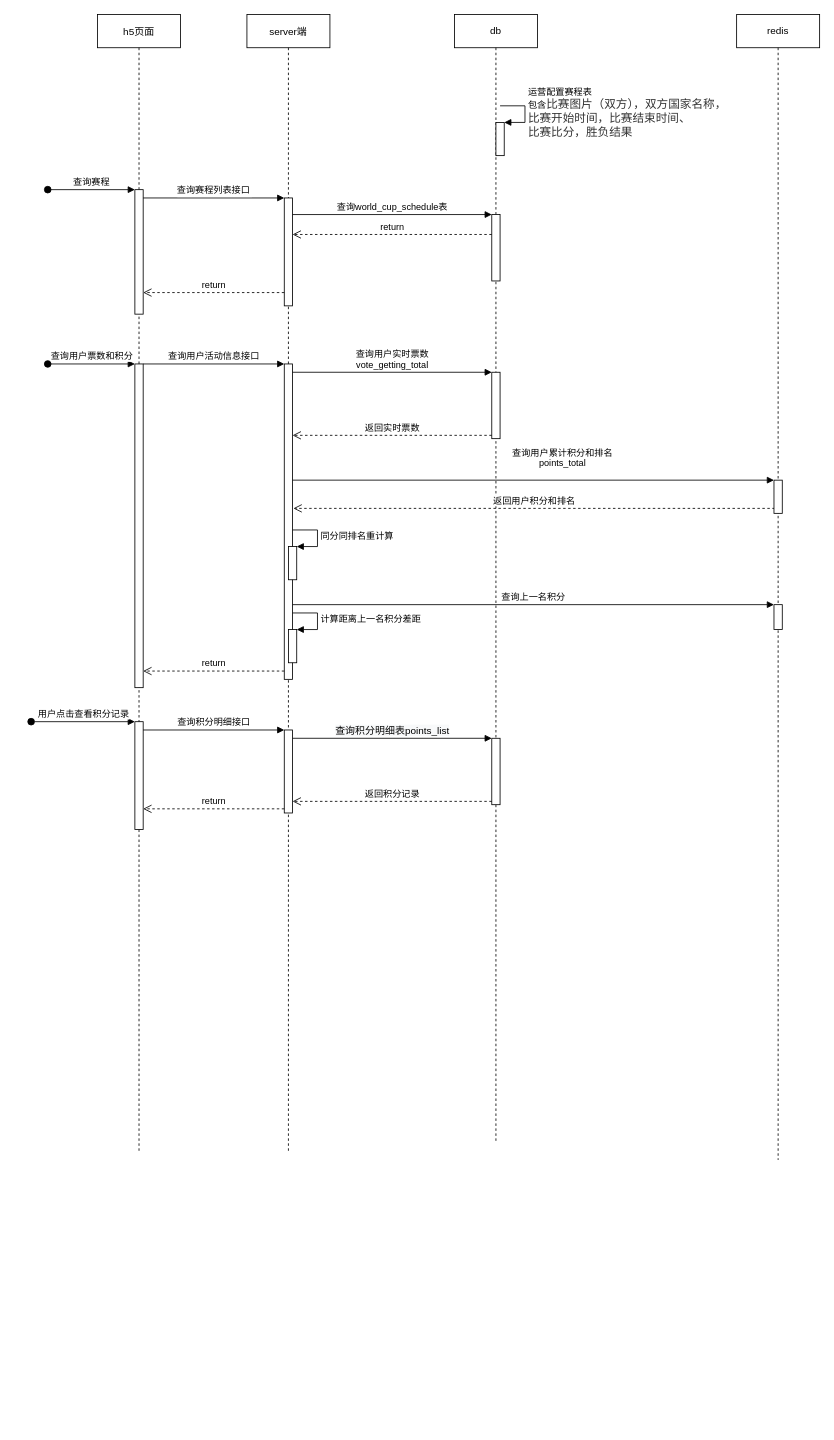
This is H5世界杯活动设计顺序图.drawio from milletzhu/datasource, a draw.io file, before an edit. Source tidied: cells renumbered, new cells numbered last; positions are measured from the earlier drawing's top-left corner, leaving out a move shared by most shapes. Both pictures are drawn from the tidied source at 83%, with x=0, y=0 at pixel (31, 14).
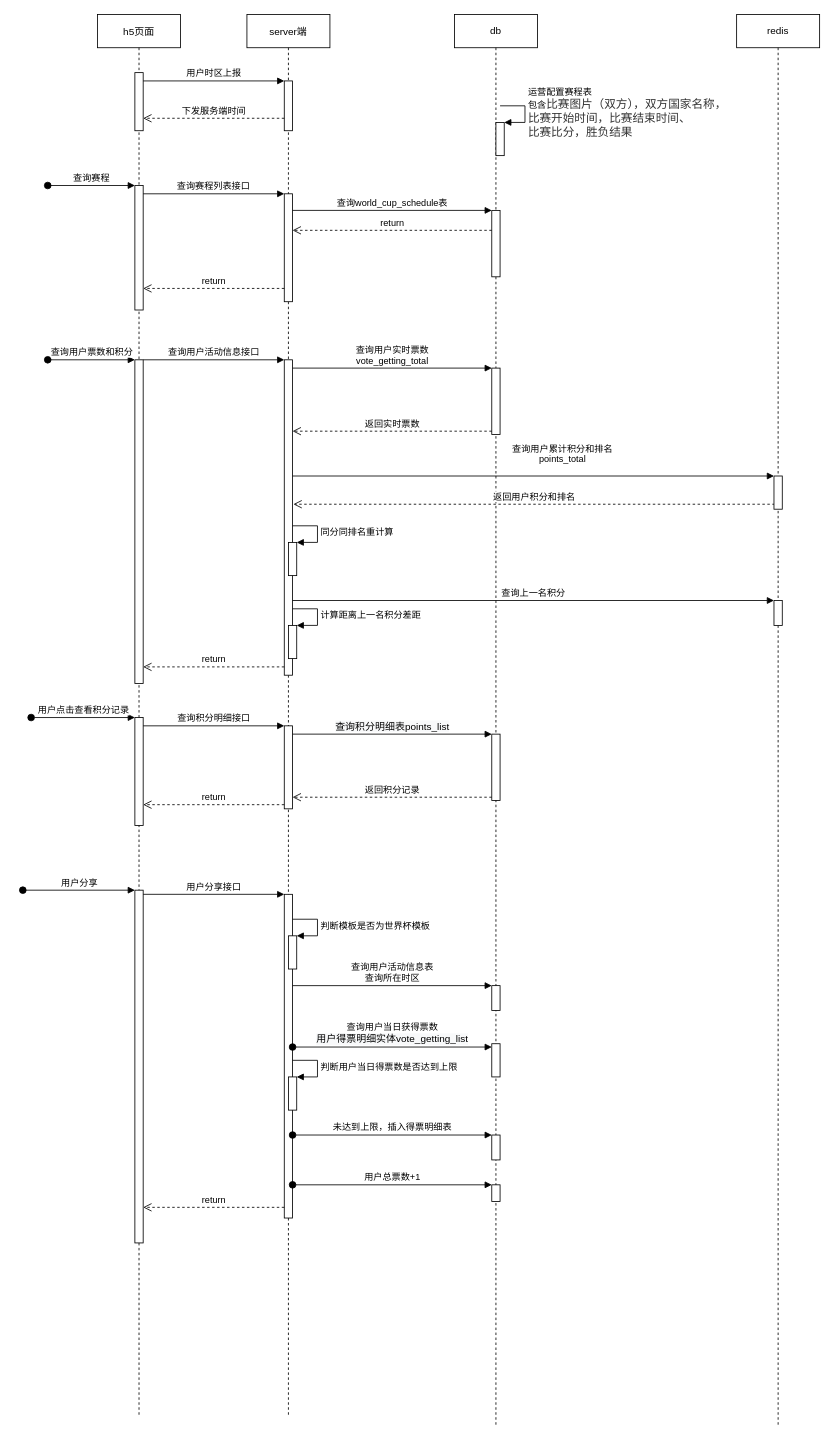
Above is the later version.

Commit message (it also covers changes not shown here):
更新H5世界杯活动设计顺序图.drawio

Change to the diagram source:
```diff
@@
     <mxCell id="2" value="h5页面" style="shape=umlLifeline;perimeter=lifelinePerimeter;rounded=0;shadow=0;strokeWidth=1;" parent="1" vertex="1">
-      <mxGeometry x="80" width="100" height="1370" as="geometry" />
+      <mxGeometry x="80" width="100" height="1690" as="geometry" />
     </mxCell>
     <mxCell id="3" style="points=[];perimeter=orthogonalPerimeter;rounded=0;shadow=0;strokeWidth=1;" parent="2" vertex="1">
-      <mxGeometry x="45" y="211" width="10" height="150" as="geometry" />
+      <mxGeometry x="45" y="206" width="10" height="150" as="geometry" />
     </mxCell>
     <mxCell id="4" value="查询赛程" style="verticalAlign=bottom;startArrow=oval;endArrow=block;startSize=8;shadow=0;strokeWidth=1;" parent="2" edge="1" target="3">
       <mxGeometry relative="1" as="geometry">
-        <mxPoint x="-60" y="211" as="sourcePoint" />
+        <mxPoint x="-60" y="206" as="sourcePoint" />
       </mxGeometry>
     </mxCell>
     <mxCell id="5" style="html=1;points=[];perimeter=orthogonalPerimeter;" parent="2" vertex="1">
-      <mxGeometry x="45" y="421" width="10" height="390" as="geometry" />
+      <mxGeometry x="45" y="416" width="10" height="390" as="geometry" />
     </mxCell>
     <mxCell id="6" value="查询用户票数和积分" style="html=1;verticalAlign=bottom;startArrow=oval;endArrow=block;startSize=8;rounded=0;" parent="2" edge="1" target="5">
       <mxGeometry relative="1" as="geometry">
-        <mxPoint x="-60" y="421" as="sourcePoint" />
+        <mxPoint x="-60" y="416" as="sourcePoint" />
       </mxGeometry>
     </mxCell>
     <mxCell id="7" style="html=1;points=[];perimeter=orthogonalPerimeter;" parent="2" vertex="1">
-      <mxGeometry x="45" y="852" width="10" height="130" as="geometry" />
+      <mxGeometry x="45" y="847" width="10" height="130" as="geometry" />
     </mxCell>
     <mxCell id="8" value="用户点击查看积分记录" style="html=1;verticalAlign=bottom;startArrow=oval;endArrow=block;startSize=8;rounded=0;" parent="2" edge="1" target="7">
       <mxGeometry relative="1" as="geometry">
-        <mxPoint x="-80" y="852" as="sourcePoint" />
+        <mxPoint x="-80" y="847" as="sourcePoint" />
       </mxGeometry>
     </mxCell>
+    <mxCell id="41" style="html=1;points=[];perimeter=orthogonalPerimeter;" parent="2" vertex="1">
+      <mxGeometry x="45" y="1055" width="10" height="425" as="geometry" />
+    </mxCell>
+    <mxCell id="42" value="用户分享" style="html=1;verticalAlign=bottom;startArrow=oval;endArrow=block;startSize=8;rounded=0;" parent="2" edge="1" target="41">
+      <mxGeometry relative="1" as="geometry">
+        <mxPoint x="-90" y="1055" as="sourcePoint" />
+      </mxGeometry>
+    </mxCell>
+    <mxCell id="43" style="html=1;points=[];perimeter=orthogonalPerimeter;" parent="2" vertex="1">
+      <mxGeometry x="45" y="70" width="10" height="70" as="geometry" />
+    </mxCell>
     <mxCell id="9" value="server端" style="shape=umlLifeline;perimeter=lifelinePerimeter;rounded=0;shadow=0;strokeWidth=1;" parent="1" vertex="1">
-      <mxGeometry x="260" width="100" height="1370" as="geometry" />
+      <mxGeometry x="260" width="100" height="1690" as="geometry" />
     </mxCell>
     <mxCell id="10" style="points=[];perimeter=orthogonalPerimeter;rounded=0;shadow=0;strokeWidth=1;" parent="9" vertex="1">
-      <mxGeometry x="45" y="221" width="10" height="130" as="geometry" />
+      <mxGeometry x="45" y="216" width="10" height="130" as="geometry" />
     </mxCell>
     <mxCell id="11" style="html=1;points=[];perimeter=orthogonalPerimeter;" parent="9" vertex="1">
-      <mxGeometry x="45" y="421" width="10" height="380" as="geometry" />
+      <mxGeometry x="45" y="416" width="10" height="380" as="geometry" />
     </mxCell>
     <mxCell id="12" style="html=1;points=[];perimeter=orthogonalPerimeter;" parent="9" vertex="1">
-      <mxGeometry x="45" y="862" width="10" height="100" as="geometry" />
+      <mxGeometry x="45" y="857" width="10" height="100" as="geometry" />
     </mxCell>
     <mxCell id="13" style="html=1;points=[];perimeter=orthogonalPerimeter;" parent="9" vertex="1">
-      <mxGeometry x="50" y="641" width="10" height="40" as="geometry" />
+      <mxGeometry x="50" y="636" width="10" height="40" as="geometry" />
     </mxCell>
     <mxCell id="14" value="同分同排名重计算" style="edgeStyle=orthogonalEdgeStyle;html=1;align=left;spacingLeft=2;endArrow=block;rounded=0;entryX=1;entryY=0;" parent="9" edge="1" target="13">
       <mxGeometry relative="1" as="geometry">
-        <mxPoint x="55" y="621" as="sourcePoint" />
+        <mxPoint x="55" y="616" as="sourcePoint" />
         <Array as="points">
-          <mxPoint x="85" y="621" />
+          <mxPoint x="85" y="616" />
         </Array>
       </mxGeometry>
     </mxCell>
     <mxCell id="15" style="html=1;points=[];perimeter=orthogonalPerimeter;" parent="9" vertex="1">
-      <mxGeometry x="50" y="741" width="10" height="40" as="geometry" />
+      <mxGeometry x="50" y="736" width="10" height="40" as="geometry" />
     </mxCell>
     <mxCell id="16" value="计算距离上一名积分差距" style="edgeStyle=orthogonalEdgeStyle;html=1;align=left;spacingLeft=2;endArrow=block;rounded=0;entryX=1;entryY=0;" parent="9" edge="1" target="15">
       <mxGeometry relative="1" as="geometry">
-        <mxPoint x="55" y="721" as="sourcePoint" />
+        <mxPoint x="55" y="716" as="sourcePoint" />
         <Array as="points">
-          <mxPoint x="85" y="721" />
+          <mxPoint x="85" y="716" />
         </Array>
       </mxGeometry>
     </mxCell>
+    <mxCell id="44" style="html=1;points=[];perimeter=orthogonalPerimeter;" parent="9" vertex="1">
+      <mxGeometry x="45" y="1060" width="10" height="390" as="geometry" />
+    </mxCell>
+    <mxCell id="45" style="html=1;points=[];perimeter=orthogonalPerimeter;" parent="9" vertex="1">
+      <mxGeometry x="50" y="1110" width="10" height="40" as="geometry" />
+    </mxCell>
+    <mxCell id="46" value="判断模板是否为世界杯模板" style="edgeStyle=orthogonalEdgeStyle;html=1;align=left;spacingLeft=2;endArrow=block;rounded=0;entryX=1;entryY=0;" parent="9" edge="1" target="45">
+      <mxGeometry relative="1" as="geometry">
+        <mxPoint x="55" y="1090" as="sourcePoint" />
+        <Array as="points">
+          <mxPoint x="85" y="1090" />
+        </Array>
+      </mxGeometry>
+    </mxCell>
+    <mxCell id="47" style="html=1;points=[];perimeter=orthogonalPerimeter;" parent="9" vertex="1">
+      <mxGeometry x="45" y="80" width="10" height="60" as="geometry" />
+    </mxCell>
+    <mxCell id="48" style="html=1;points=[];perimeter=orthogonalPerimeter;" parent="9" vertex="1">
+      <mxGeometry x="50" y="1280" width="10" height="40" as="geometry" />
+    </mxCell>
+    <mxCell id="49" value="判断用户当日得票数是否达到上限" style="edgeStyle=orthogonalEdgeStyle;html=1;align=left;spacingLeft=2;endArrow=block;rounded=0;entryX=1;entryY=0;" parent="9" edge="1" target="48">
+      <mxGeometry relative="1" as="geometry">
+        <mxPoint x="55" y="1260" as="sourcePoint" />
+        <Array as="points">
+          <mxPoint x="85" y="1260" />
+        </Array>
+      </mxGeometry>
+    </mxCell>
@@
     <mxCell id="18" value="db" style="shape=umlLifeline;perimeter=lifelinePerimeter;whiteSpace=wrap;html=1;" parent="1" vertex="1">
-      <mxGeometry x="510" width="100" height="1360" as="geometry" />
+      <mxGeometry x="510" width="100" height="1700" as="geometry" />
     </mxCell>
     <mxCell id="19" style="html=1;points=[];perimeter=orthogonalPerimeter;" parent="18" vertex="1">
-      <mxGeometry x="45" y="241" width="10" height="80" as="geometry" />
+      <mxGeometry x="45" y="236" width="10" height="80" as="geometry" />
     </mxCell>
     <mxCell id="20" style="html=1;points=[];perimeter=orthogonalPerimeter;" parent="18" vertex="1">
-      <mxGeometry x="45" y="431" width="10" height="80" as="geometry" />
+      <mxGeometry x="45" y="426" width="10" height="80" as="geometry" />
     </mxCell>
     <mxCell id="21" style="html=1;points=[];perimeter=orthogonalPerimeter;" parent="18" vertex="1">
-      <mxGeometry x="45" y="872" width="10" height="80" as="geometry" />
+      <mxGeometry x="45" y="867" width="10" height="80" as="geometry" />
     </mxCell>
@@
+    <mxCell id="50" style="html=1;points=[];perimeter=orthogonalPerimeter;" parent="18" vertex="1">
+      <mxGeometry x="45" y="1170" width="10" height="30" as="geometry" />
+    </mxCell>
+    <mxCell id="51" style="html=1;perimeter=orthogonalPerimeter;" parent="18" vertex="1">
+      <mxGeometry x="45" y="1240" width="10" height="40" as="geometry" />
+    </mxCell>
+    <mxCell id="52" style="html=1;points=[];perimeter=orthogonalPerimeter;" parent="18" vertex="1">
+      <mxGeometry x="45" y="1350" width="10" height="30" as="geometry" />
+    </mxCell>
+    <mxCell id="53" style="html=1;points=[];perimeter=orthogonalPerimeter;" parent="18" vertex="1">
+      <mxGeometry x="45" y="1410" width="10" height="20" as="geometry" />
+    </mxCell>
@@
     <mxCell id="25" value="return" style="html=1;verticalAlign=bottom;endArrow=open;dashed=1;endSize=8;exitX=0;exitY=0.95;rounded=0;" parent="1" edge="1">
       <mxGeometry relative="1" as="geometry">
-        <mxPoint x="555" y="265" as="sourcePoint" />
-        <mxPoint x="315" y="265" as="targetPoint" />
+        <mxPoint x="555" y="260" as="sourcePoint" />
+        <mxPoint x="315" y="260" as="targetPoint" />
       </mxGeometry>
     </mxCell>
     <mxCell id="26" value="return" style="html=1;verticalAlign=bottom;endArrow=open;dashed=1;endSize=8;rounded=0;" parent="1" edge="1">
       <mxGeometry relative="1" as="geometry">
-        <mxPoint x="305" y="335" as="sourcePoint" />
-        <mxPoint x="135" y="335" as="targetPoint" />
+        <mxPoint x="305" y="330" as="sourcePoint" />
+        <mxPoint x="135" y="330" as="targetPoint" />
       </mxGeometry>
     </mxCell>
@@
     <mxCell id="31" value="返回用户积分和排名" style="html=1;verticalAlign=bottom;endArrow=open;dashed=1;endSize=8;rounded=0;" parent="1" edge="1">
       <mxGeometry relative="1" as="geometry">
-        <mxPoint x="896" y="595" as="sourcePoint" />
-        <mxPoint x="316" y="595" as="targetPoint" />
+        <mxPoint x="896" y="590" as="sourcePoint" />
+        <mxPoint x="316" y="590" as="targetPoint" />
       </mxGeometry>
     </mxCell>
     <mxCell id="32" value="redis" style="shape=umlLifeline;perimeter=lifelinePerimeter;whiteSpace=wrap;html=1;" parent="1" vertex="1">
-      <mxGeometry x="850" width="100" height="1380" as="geometry" />
+      <mxGeometry x="850" width="100" height="1700" as="geometry" />
     </mxCell>
     <mxCell id="33" style="html=1;points=[];perimeter=orthogonalPerimeter;" parent="32" vertex="1">
-      <mxGeometry x="45" y="561" width="10" height="40" as="geometry" />
+      <mxGeometry x="45" y="556" width="10" height="40" as="geometry" />
     </mxCell>
     <mxCell id="34" style="html=1;points=[];perimeter=orthogonalPerimeter;" parent="32" vertex="1">
-      <mxGeometry x="45" y="711" width="10" height="30" as="geometry" />
+      <mxGeometry x="45" y="706" width="10" height="30" as="geometry" />
     </mxCell>
@@
     <mxCell id="40" value="return" style="html=1;verticalAlign=bottom;endArrow=open;dashed=1;endSize=8;rounded=0;" parent="1" edge="1">
       <mxGeometry relative="1" as="geometry">
-        <mxPoint x="305" y="791" as="sourcePoint" />
-        <mxPoint x="135" y="791" as="targetPoint" />
+        <mxPoint x="305" y="786" as="sourcePoint" />
+        <mxPoint x="135" y="786" as="targetPoint" />
         <Array as="points">
-          <mxPoint x="230" y="791" />
+          <mxPoint x="230" y="786" />
         </Array>
       </mxGeometry>
     </mxCell>
+    <mxCell id="54" value="用户分享接口" style="html=1;verticalAlign=bottom;endArrow=block;entryX=0;entryY=0;rounded=0;" parent="1" edge="1" source="41" target="44">
+      <mxGeometry relative="1" as="geometry" />
+    </mxCell>
+    <mxCell id="55" value="用户时区上报" style="html=1;verticalAlign=bottom;endArrow=block;entryX=0;entryY=0;rounded=0;" parent="1" edge="1" source="43" target="47">
+      <mxGeometry relative="1" as="geometry" />
+    </mxCell>
+    <mxCell id="56" value="下发服务端时间" style="html=1;verticalAlign=bottom;endArrow=open;dashed=1;endSize=8;rounded=0;" parent="1" edge="1">
+      <mxGeometry relative="1" as="geometry">
+        <mxPoint x="305" y="125" as="sourcePoint" />
+        <mxPoint x="135" y="125" as="targetPoint" />
+      </mxGeometry>
+    </mxCell>
+    <mxCell id="57" value="查询用户活动信息表&lt;br&gt;查询所在时区" style="html=1;verticalAlign=bottom;endArrow=block;entryX=0;entryY=0;rounded=0;" parent="1" edge="1" source="44" target="50">
+      <mxGeometry relative="1" as="geometry" />
+    </mxCell>
+    <mxCell id="58" value="查询用户当日获得票数&lt;br&gt;&lt;span style=&quot;font-size: 12px; background-color: rgb(248, 249, 250);&quot;&gt;用户得票明细实体vote_getting_list&lt;/span&gt;" style="html=1;verticalAlign=bottom;startArrow=oval;endArrow=block;startSize=8;rounded=0;" parent="1" edge="1">
+      <mxGeometry relative="1" as="geometry">
+        <mxPoint x="315" y="1244" as="sourcePoint" />
+        <mxPoint x="555" y="1244" as="targetPoint" />
+      </mxGeometry>
+    </mxCell>
+    <mxCell id="59" value="未达到上限，插入得票明细表" style="html=1;verticalAlign=bottom;startArrow=oval;endArrow=block;startSize=8;rounded=0;" parent="1" edge="1" source="44" target="52">
+      <mxGeometry relative="1" as="geometry" />
+    </mxCell>
+    <mxCell id="60" value="用户总票数+1" style="html=1;verticalAlign=bottom;startArrow=oval;endArrow=block;startSize=8;rounded=0;" parent="1" edge="1" source="44" target="53">
+      <mxGeometry relative="1" as="geometry" />
+    </mxCell>
+    <mxCell id="61" value="return" style="html=1;verticalAlign=bottom;endArrow=open;dashed=1;endSize=8;rounded=0;exitX=0;exitY=0.967;exitDx=0;exitDy=0;exitPerimeter=0;" parent="1" edge="1" source="44" target="41">
+      <mxGeometry relative="1" as="geometry" />
+    </mxCell>
```
